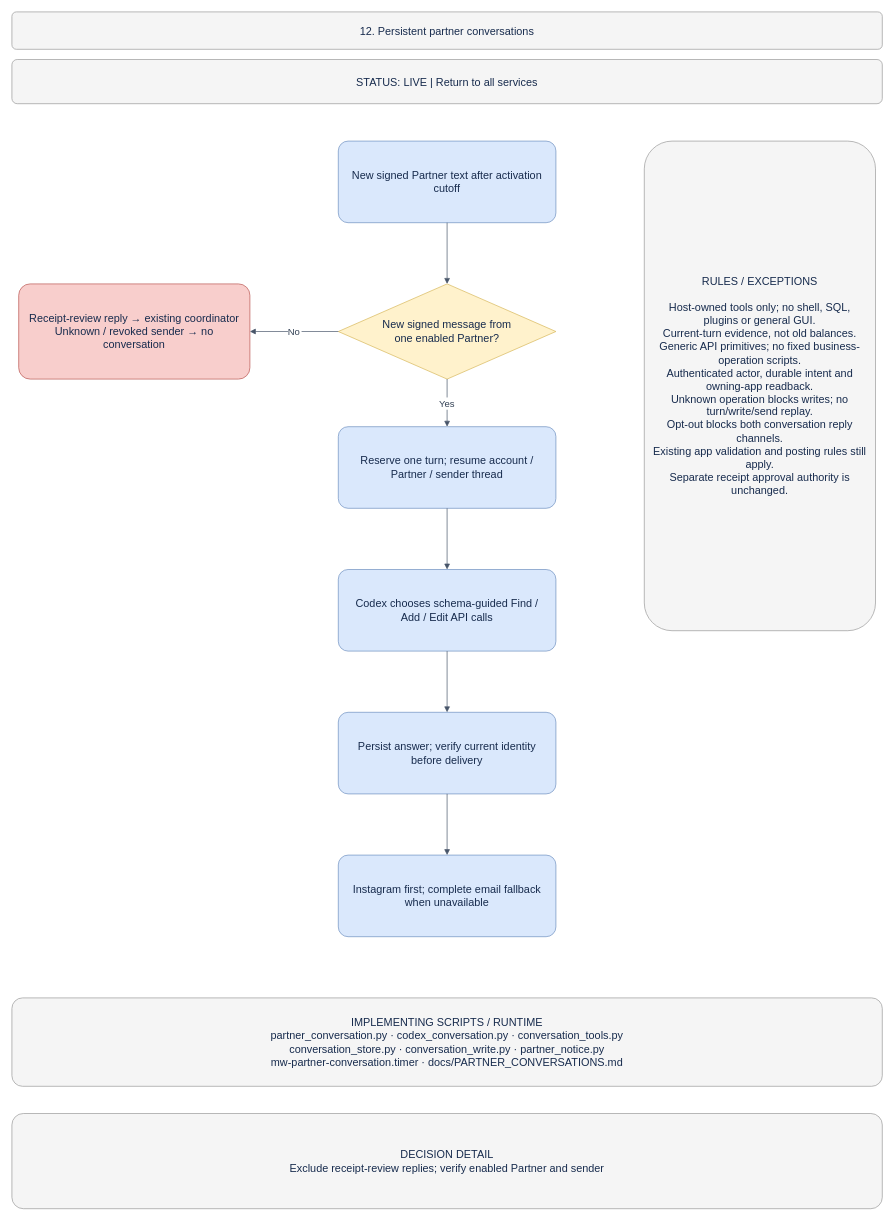
Above: page "12 · Persistent partner conversations" (12 of 18) of docs/BUSINESS_PROCESS.drawio in welct0407/MW-Credit-App (draw.io), before the change. Source tidied: cells renumbered, new cells numbered last; positions are measured from the earlier drawing's top-left corner, leaving out a move shared by most shapes. Both pictures are drawn from the tidied source at 68%, with x=0, y=0 at pixel (12, 12).
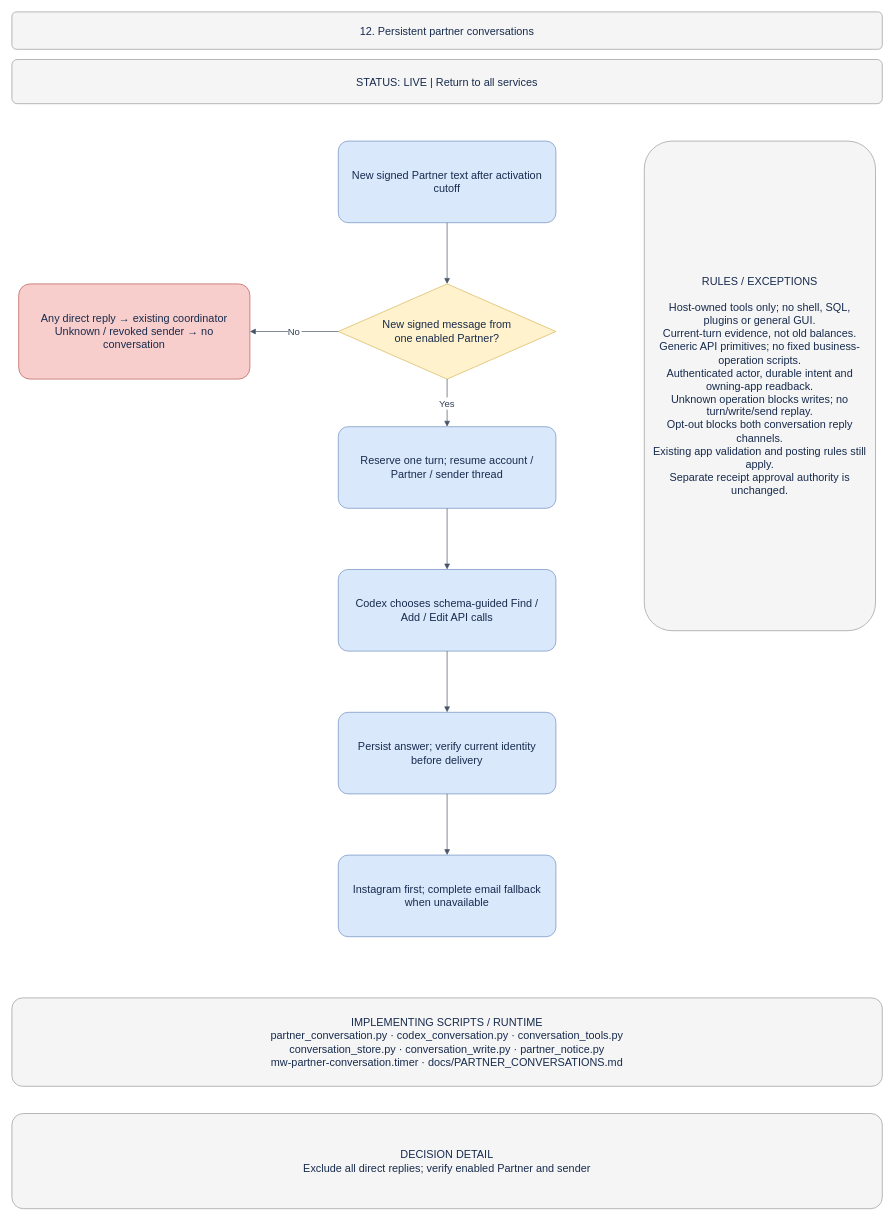
The same page after the edit.

Change to the diagram source:
```diff
@@
 <mxGraphModel>
   <root>
     <mxCell id="0" />
     <mxCell id="1" parent="0" />
     <mxCell id="2" value="12. Persistent partner conversations" style="rounded=1;arcSize=12;whiteSpace=wrap;html=0;fillColor=#f5f5f5;strokeColor=#999999;fontColor=#172b4d;fontSize=16;align=center;verticalAlign=middle;spacing=12;" parent="1" vertex="1">
       <mxGeometry width="1280" height="55" as="geometry" />
     </mxCell>
     <mxCell id="3" value="STATUS: LIVE  |  Return to all services" style="rounded=1;arcSize=12;whiteSpace=wrap;html=0;fillColor=#f5f5f5;strokeColor=#999999;fontColor=#172b4d;fontSize=16;align=center;verticalAlign=middle;spacing=12;" parent="1" vertex="1">
       <mxGeometry y="70" width="1280" height="65" as="geometry" />
     </mxCell>
     <mxCell id="4" value="New signed Partner text after activation cutoff" style="rounded=1;arcSize=12;whiteSpace=wrap;html=0;fillColor=#dae8fc;strokeColor=#6c8ebf;fontColor=#172b4d;fontSize=16;align=center;verticalAlign=middle;spacing=12;" parent="1" vertex="1">
       <mxGeometry x="480" y="190" width="320" height="120" as="geometry" />
     </mxCell>
     <mxCell id="5" value="New signed message from&#10;one enabled Partner?" style="rhombus;whiteSpace=wrap;html=0;fillColor=#fff2cc;strokeColor=#d6b656;fontColor=#172b4d;fontSize=16;align=center;verticalAlign=middle;spacing=12;" parent="1" vertex="1">
       <mxGeometry x="480" y="400" width="320" height="140" as="geometry" />
     </mxCell>
     <mxCell id="6" style="edgeStyle=orthogonalEdgeStyle;rounded=0;jettySize=auto;html=0;endArrow=block;endFill=1;strokeColor=#475569;fontColor=#334155;fontSize=14;labelBackgroundColor=#ffffff;" parent="1" edge="1" source="4" target="5">
       <mxGeometry relative="1" as="geometry" />
     </mxCell>
     <mxCell id="7" value="Reserve one turn; resume account / Partner / sender thread" style="rounded=1;arcSize=12;whiteSpace=wrap;html=0;fillColor=#dae8fc;strokeColor=#6c8ebf;fontColor=#172b4d;fontSize=16;align=center;verticalAlign=middle;spacing=12;" parent="1" vertex="1">
       <mxGeometry x="480" y="610" width="320" height="120" as="geometry" />
     </mxCell>
     <mxCell id="8" value="Yes" style="edgeStyle=orthogonalEdgeStyle;rounded=0;jettySize=auto;html=0;endArrow=block;endFill=1;strokeColor=#475569;fontColor=#334155;fontSize=14;labelBackgroundColor=#ffffff;" parent="1" edge="1" source="5" target="7">
       <mxGeometry relative="1" as="geometry" />
     </mxCell>
     <mxCell id="9" value="Codex chooses schema-guided Find / Add / Edit API calls" style="rounded=1;arcSize=12;whiteSpace=wrap;html=0;fillColor=#dae8fc;strokeColor=#6c8ebf;fontColor=#172b4d;fontSize=16;align=center;verticalAlign=middle;spacing=12;" parent="1" vertex="1">
       <mxGeometry x="480" y="820" width="320" height="120" as="geometry" />
     </mxCell>
     <mxCell id="10" style="edgeStyle=orthogonalEdgeStyle;rounded=0;jettySize=auto;html=0;endArrow=block;endFill=1;strokeColor=#475569;fontColor=#334155;fontSize=14;labelBackgroundColor=#ffffff;" parent="1" edge="1" source="7" target="9">
       <mxGeometry relative="1" as="geometry" />
     </mxCell>
     <mxCell id="11" value="Persist answer; verify current identity before delivery" style="rounded=1;arcSize=12;whiteSpace=wrap;html=0;fillColor=#dae8fc;strokeColor=#6c8ebf;fontColor=#172b4d;fontSize=16;align=center;verticalAlign=middle;spacing=12;" parent="1" vertex="1">
       <mxGeometry x="480" y="1030" width="320" height="120" as="geometry" />
     </mxCell>
     <mxCell id="12" style="edgeStyle=orthogonalEdgeStyle;rounded=0;jettySize=auto;html=0;endArrow=block;endFill=1;strokeColor=#475569;fontColor=#334155;fontSize=14;labelBackgroundColor=#ffffff;" parent="1" edge="1" source="9" target="11">
       <mxGeometry relative="1" as="geometry" />
     </mxCell>
     <mxCell id="13" value="Instagram first; complete email fallback when unavailable" style="rounded=1;arcSize=12;whiteSpace=wrap;html=0;fillColor=#dae8fc;strokeColor=#6c8ebf;fontColor=#172b4d;fontSize=16;align=center;verticalAlign=middle;spacing=12;" parent="1" vertex="1">
       <mxGeometry x="480" y="1240" width="320" height="120" as="geometry" />
     </mxCell>
     <mxCell id="14" style="edgeStyle=orthogonalEdgeStyle;rounded=0;jettySize=auto;html=0;endArrow=block;endFill=1;strokeColor=#475569;fontColor=#334155;fontSize=14;labelBackgroundColor=#ffffff;" parent="1" edge="1" source="11" target="13">
       <mxGeometry relative="1" as="geometry" />
     </mxCell>
-    <mxCell id="15" value="Receipt-review reply → existing coordinator&#10;Unknown / revoked sender → no conversation" style="rounded=1;arcSize=12;whiteSpace=wrap;html=0;fillColor=#f8cecc;strokeColor=#b85450;fontColor=#172b4d;fontSize=16;align=center;verticalAlign=middle;spacing=12;" parent="1" vertex="1">
+    <mxCell id="15" value="Any direct reply → existing coordinator&#10;Unknown / revoked sender → no conversation" style="rounded=1;arcSize=12;whiteSpace=wrap;html=0;fillColor=#f8cecc;strokeColor=#b85450;fontColor=#172b4d;fontSize=16;align=center;verticalAlign=middle;spacing=12;" parent="1" vertex="1">
       <mxGeometry x="10" y="400" width="340" height="140" as="geometry" />
     </mxCell>
     <mxCell id="16" value="No" style="edgeStyle=orthogonalEdgeStyle;rounded=0;jettySize=auto;html=0;endArrow=block;endFill=1;strokeColor=#475569;fontColor=#334155;fontSize=14;labelBackgroundColor=#ffffff;" parent="1" edge="1" source="5" target="15">
       <mxGeometry relative="1" as="geometry" />
     </mxCell>
     <mxCell id="17" value="RULES / EXCEPTIONS&#10;&#10;Host-owned tools only; no shell, SQL, plugins or general GUI.&#10;Current-turn evidence, not old balances.&#10;Generic API primitives; no fixed business-operation scripts.&#10;Authenticated actor, durable intent and owning-app readback.&#10;Unknown operation blocks writes; no turn/write/send replay.&#10;Opt-out blocks both conversation reply channels.&#10;Existing app validation and posting rules still apply.&#10;Separate receipt approval authority is unchanged." style="rounded=1;arcSize=12;whiteSpace=wrap;html=0;fillColor=#f5f5f5;strokeColor=#999999;fontColor=#172b4d;fontSize=16;align=center;verticalAlign=middle;spacing=12;" parent="1" vertex="1">
       <mxGeometry x="930" y="190" width="340" height="720" as="geometry" />
     </mxCell>
     <mxCell id="18" value="IMPLEMENTING SCRIPTS / RUNTIME&#10;partner_conversation.py · codex_conversation.py · conversation_tools.py&#10;conversation_store.py · conversation_write.py · partner_notice.py&#10;mw-partner-conversation.timer · docs/PARTNER_CONVERSATIONS.md" style="rounded=1;arcSize=12;whiteSpace=wrap;html=0;fillColor=#f5f5f5;strokeColor=#999999;fontColor=#172b4d;fontSize=16;align=center;verticalAlign=middle;spacing=12;" parent="1" vertex="1">
       <mxGeometry y="1450" width="1280" height="130" as="geometry" />
     </mxCell>
-    <mxCell id="19" value="DECISION DETAIL&#10;Exclude receipt-review replies; verify enabled Partner and sender" style="rounded=1;arcSize=12;whiteSpace=wrap;html=0;fillColor=#f5f5f5;strokeColor=#999999;fontColor=#172b4d;fontSize=16;align=center;verticalAlign=middle;spacing=12;" parent="1" vertex="1">
+    <mxCell id="19" value="DECISION DETAIL&#10;Exclude all direct replies; verify enabled Partner and sender" style="rounded=1;arcSize=12;whiteSpace=wrap;html=0;fillColor=#f5f5f5;strokeColor=#999999;fontColor=#172b4d;fontSize=16;align=center;verticalAlign=middle;spacing=12;" parent="1" vertex="1">
       <mxGeometry y="1620" width="1280" height="140" as="geometry" />
     </mxCell>
   </root>
 </mxGraphModel>
```
